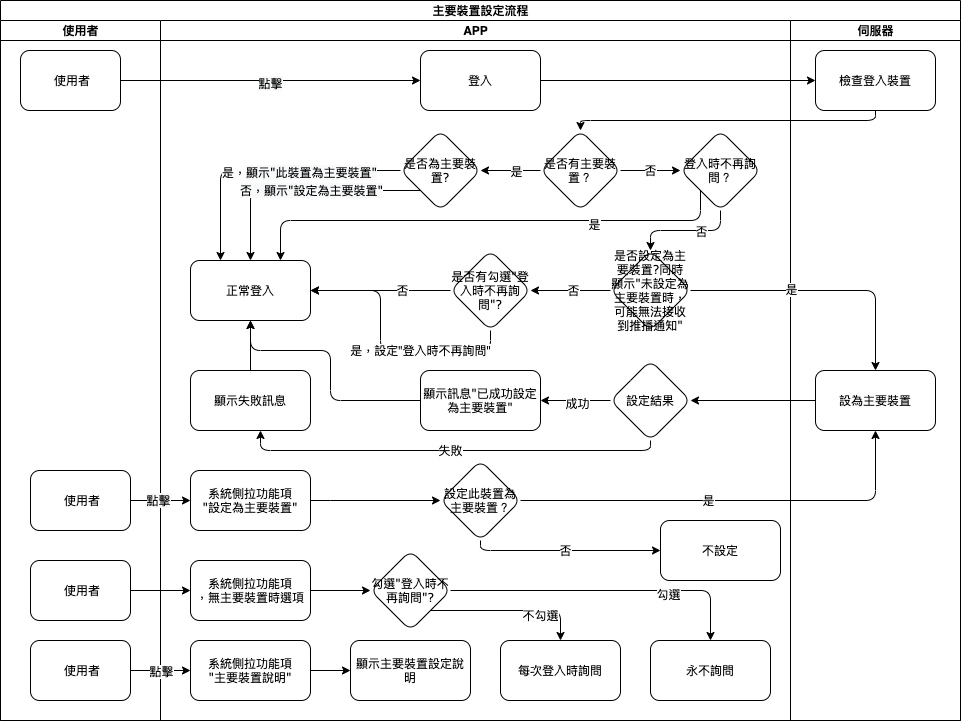
The draw.io diagram 8.10.0/UPDATE/ITEM_2/MAE/image/workflow_system_maindevice.png in ArcareRD/sadocs, before a commit. Source tidied: cells renumbered, new cells last; positions are measured from the earlier drawing's top-left corner, leaving out a move shared by most shapes.
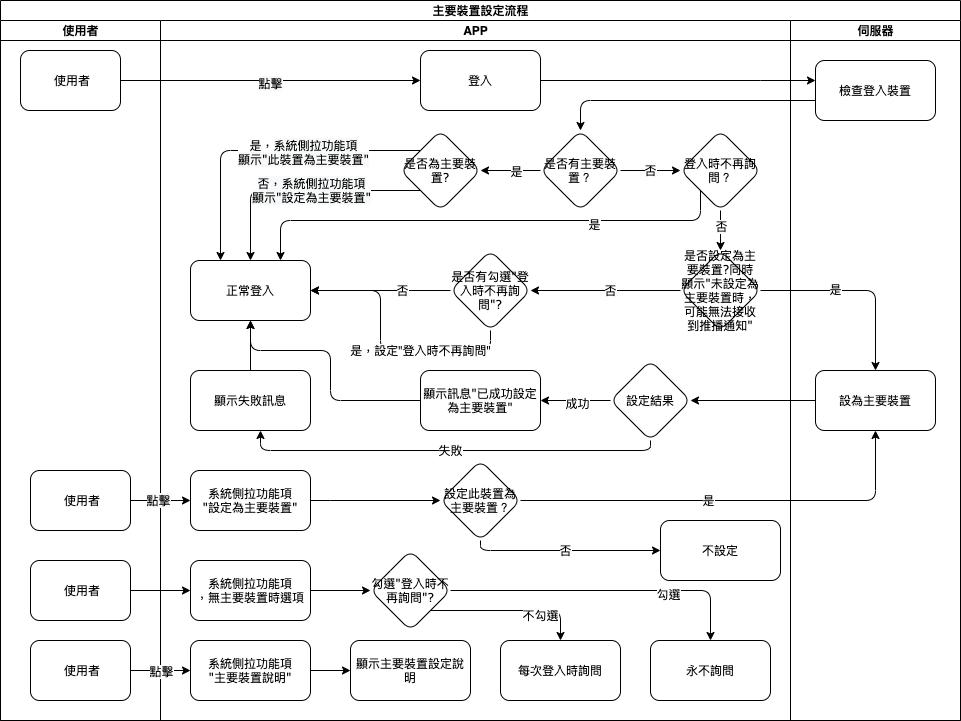
After the change.

Commit message:
修改一般登入及打樣時的主要裝置顯示

Diff of the diagram source:
```diff
@@ -66,13 +66,13 @@
       <mxGeometry x="30" y="450" width="120" height="60" as="geometry" />
     </mxCell>
     <mxCell id="19" value="是否設定為主要裝置?同時顯示&quot;未設定為主要裝置時，可能無法接收到推播通知&quot;" style="rhombus;whiteSpace=wrap;html=1;rounded=1;shadow=0;fontFamily=Verdana;fontSize=8;strokeWidth=1;" parent="8" vertex="1">
-      <mxGeometry x="450" y="230" width="80" height="80" as="geometry" />
+      <mxGeometry x="520" y="230" width="80" height="80" as="geometry" />
     </mxCell>
     <mxCell id="20" style="edgeStyle=orthogonalEdgeStyle;rounded=1;jettySize=auto;html=1;" parent="8" edge="1" source="50" target="19">
       <mxGeometry relative="1" as="geometry">
         <Array as="points">
-          <mxPoint x="560" y="210" />
-          <mxPoint x="490" y="210" />
+          <mxPoint x="560" y="230" />
+          <mxPoint x="560" y="230" />
         </Array>
       </mxGeometry>
     </mxCell>
@@ -130,14 +130,14 @@
     <mxCell id="33" value="是" style="edgeLabel;html=1;align=center;verticalAlign=middle;" parent="32" vertex="1">
       <mxGeometry x="-0.17" relative="1" as="geometry" />
     </mxCell>
-    <mxCell id="34" style="edgeStyle=orthogonalEdgeStyle;rounded=1;jettySize=auto;html=1;exitX=0;exitY=0.5;exitDx=0;exitDy=0;" parent="8" edge="1" source="31" target="30">
+    <mxCell id="34" style="edgeStyle=orthogonalEdgeStyle;rounded=1;jettySize=auto;html=1;" parent="8" edge="1" source="31" target="30">
       <mxGeometry relative="1" as="geometry">
         <Array as="points">
-          <mxPoint x="60" y="150" />
+          <mxPoint x="60" y="130" />
         </Array>
       </mxGeometry>
     </mxCell>
-    <mxCell id="35" value="是，&lt;span style=&quot;font-family: &amp;#34;verdana&amp;#34; ; font-size: 8px ; background-color: rgb(248 , 249 , 250)&quot;&gt;顯示&quot;此裝置為主要裝置&quot;&lt;/span&gt;" style="edgeLabel;html=1;align=center;verticalAlign=middle;" parent="34" vertex="1">
+    <mxCell id="35" value="是，&lt;span style=&quot;font-family: &amp;#34;verdana&amp;#34; ; font-size: 8px ; background-color: rgb(248 , 249 , 250)&quot;&gt;系統側拉功能項&lt;/span&gt;&lt;br&gt;&lt;span style=&quot;font-family: &amp;#34;verdana&amp;#34; ; font-size: 8px ; background-color: rgb(248 , 249 , 250)&quot;&gt;顯示&quot;此裝置為主要裝置&quot;&lt;/span&gt;" style="edgeLabel;html=1;align=center;verticalAlign=middle;" parent="34" vertex="1">
       <mxGeometry x="-0.24" y="1" relative="1" as="geometry" />
     </mxCell>
     <mxCell id="36" style="edgeStyle=orthogonalEdgeStyle;rounded=1;jettySize=auto;html=1;" parent="8" edge="1" source="31" target="30">
@@ -147,7 +147,7 @@
         </Array>
       </mxGeometry>
     </mxCell>
-    <mxCell id="37" value="&lt;span style=&quot;font-family: &amp;#34;verdana&amp;#34; ; font-size: 8px ; background-color: rgb(248 , 249 , 250)&quot;&gt;否，顯示&quot;設定為主要裝置&quot;&lt;/span&gt;" style="edgeLabel;html=1;align=center;verticalAlign=middle;" parent="36" vertex="1">
+    <mxCell id="37" value="&lt;span style=&quot;font-family: &amp;#34;verdana&amp;#34; ; font-size: 8px ; background-color: rgb(248 , 249 , 250)&quot;&gt;否，&lt;/span&gt;&lt;span style=&quot;font-family: &amp;#34;verdana&amp;#34; ; font-size: 8px ; background-color: rgb(248 , 249 , 250)&quot;&gt;系統側拉功能項&lt;/span&gt;&lt;span style=&quot;font-family: &amp;#34;verdana&amp;#34; ; font-size: 8px ; background-color: rgb(248 , 249 , 250)&quot;&gt;&lt;br&gt;顯示&quot;設定為主要裝置&quot;&lt;/span&gt;" style="edgeLabel;html=1;align=center;verticalAlign=middle;" parent="36" vertex="1">
       <mxGeometry x="0.09" y="-1" relative="1" as="geometry">
         <mxPoint x="21" as="offset" />
       </mxGeometry>
@@ -215,7 +215,7 @@
       <mxGeometry x="790" y="20" width="170" height="700" as="geometry" />
     </mxCell>
     <mxCell id="56" value="檢查登入裝置" style="whiteSpace=wrap;html=1;rounded=1;shadow=0;fontFamily=Verdana;fontSize=8;strokeWidth=1;" parent="55" vertex="1">
-      <mxGeometry x="25" y="30" width="120" height="60" as="geometry" />
+      <mxGeometry x="25" y="40" width="120" height="60" as="geometry" />
     </mxCell>
     <mxCell id="57" value="設為主要裝置" style="whiteSpace=wrap;html=1;rounded=1;shadow=0;fontFamily=Verdana;fontSize=8;strokeWidth=1;" parent="55" vertex="1">
       <mxGeometry x="25" y="350" width="120" height="60" as="geometry" />
@@ -227,7 +227,12 @@
       <mxGeometry x="-0.01" y="-2" relative="1" as="geometry" />
     </mxCell>
     <mxCell id="60" style="edgeStyle=orthogonalEdgeStyle;rounded=0;jettySize=auto;html=1;" parent="2" edge="1" source="11" target="56">
-      <mxGeometry relative="1" as="geometry" />
+      <mxGeometry relative="1" as="geometry">
+        <Array as="points">
+          <mxPoint x="760" y="80" />
+          <mxPoint x="760" y="80" />
+        </Array>
+      </mxGeometry>
     </mxCell>
     <mxCell id="61" style="edgeStyle=orthogonalEdgeStyle;rounded=0;jettySize=auto;html=1;" parent="2" edge="1" source="57" target="14">
       <mxGeometry relative="1" as="geometry" />
@@ -254,8 +259,7 @@
     <mxCell id="67" style="edgeStyle=orthogonalEdgeStyle;rounded=1;jettySize=auto;html=1;strokeColor=#000000;" parent="2" edge="1" source="56" target="13">
       <mxGeometry relative="1" as="geometry">
         <Array as="points">
-          <mxPoint x="875" y="120" />
-          <mxPoint x="580" y="120" />
+          <mxPoint x="580" y="100" />
         </Array>
       </mxGeometry>
     </mxCell>
```
